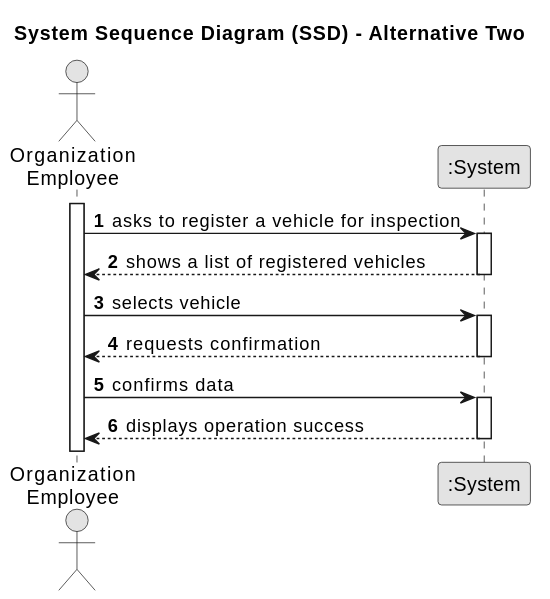
diogoveirospro/lei-24-s2-1dg-g072 keeps this PlantUML diagram as docs/sprintA/us007/01.requirements-engineering/svg/us007-system-sequence-diagram-alternative-two.svg. Above is the earlier version.
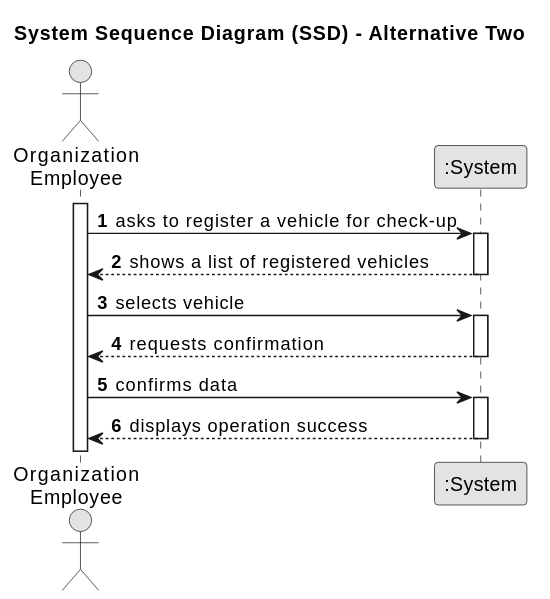
Later version of the same file.

The edit, as a diff of the source:
```diff
@@ -12,7 +12,7 @@
 
 activate Employee
 
-    Employee -> System : asks to register a vehicle for inspection
+    Employee -> System : asks to register a vehicle for check-up
     activate System
 
         System --> Employee : shows a list of registered vehicles
```
